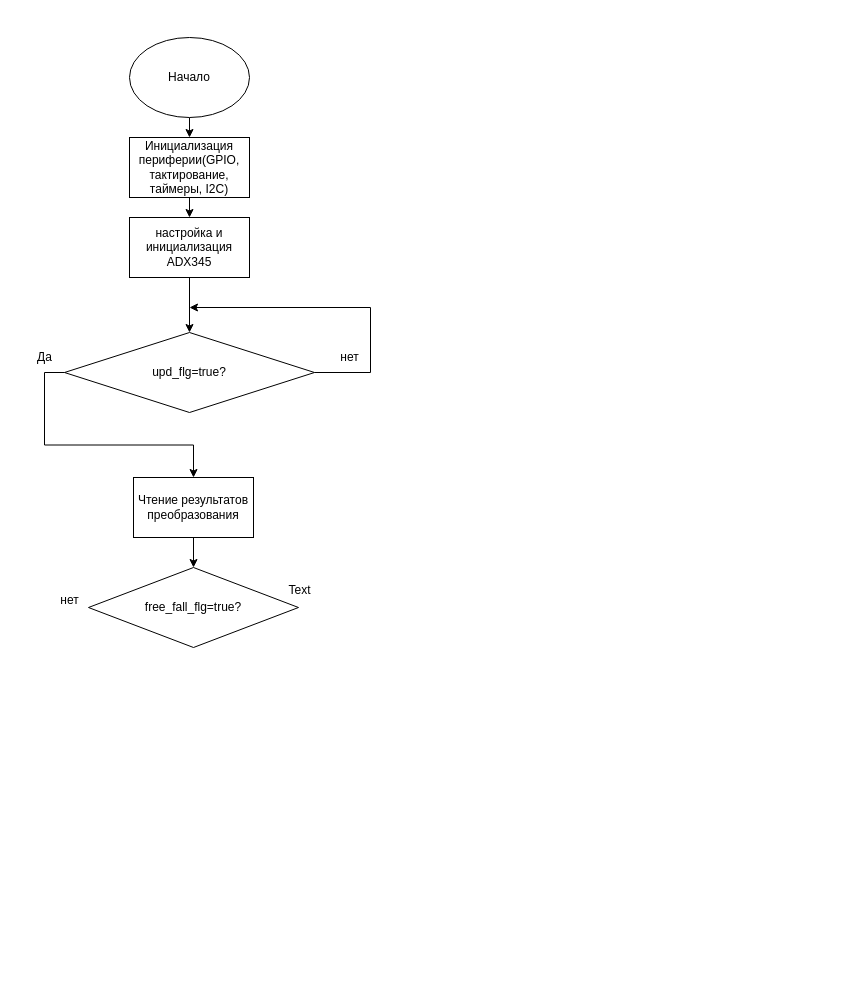
Earlier version of the draw.io diagram 11var(dg)/dangr.drawio (sogonov/kursachiki). Source tidied: cells renumbered, new cells numbered last; positions are measured from the earlier drawing's top-left corner, leaving out a move shared by most shapes. Both pictures are drawn from the tidied source at 100%, with x=0, y=0 at pixel (24, 37).
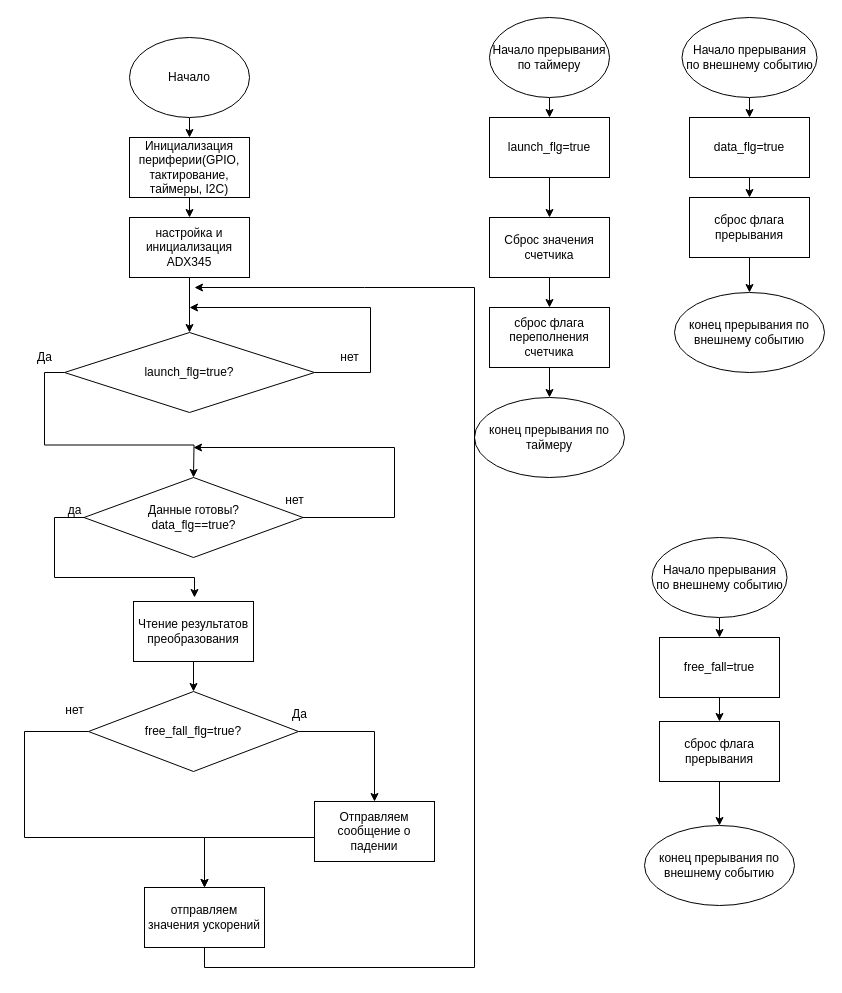
After the change.

The edit, as a diff of the source:
```diff
@@
-    <mxCell id="9" style="edgeStyle=orthogonalEdgeStyle;rounded=0;jettySize=auto;html=1;exitX=0;exitY=0.5;exitDx=0;exitDy=0;entryX=0.5;entryY=0;entryDx=0;entryDy=0;" parent="1" edge="1" source="10" target="14">
-      <mxGeometry relative="1" as="geometry" />
+    <mxCell id="9" style="edgeStyle=orthogonalEdgeStyle;rounded=0;jettySize=auto;html=1;exitX=0;exitY=0.5;exitDx=0;exitDy=0;entryX=0.5;entryY=0;entryDx=0;entryDy=0;" parent="1" edge="1" source="10">
+      <mxGeometry relative="1" as="geometry">
+        <mxPoint x="169" y="440" as="targetPoint" />
+      </mxGeometry>
     </mxCell>
-    <mxCell id="10" value="upd_flg=true?" style="rhombus;whiteSpace=wrap;html=1;" parent="1" vertex="1">
+    <mxCell id="10" value="launch_flg=true?" style="rhombus;whiteSpace=wrap;html=1;" parent="1" vertex="1">
       <mxGeometry x="40" y="295" width="250" height="80" as="geometry" />
     </mxCell>
@@
+    <mxCell id="18" style="edgeStyle=orthogonalEdgeStyle;rounded=0;jettySize=auto;html=1;exitX=0.5;exitY=1;exitDx=0;exitDy=0;entryX=0.5;entryY=0;entryDx=0;entryDy=0;" parent="1" edge="1" source="19" target="21">
+      <mxGeometry relative="1" as="geometry" />
+    </mxCell>
+    <mxCell id="19" value="Начало прерывания&lt;br&gt;по таймеру" style="ellipse;whiteSpace=wrap;html=1;" parent="1" vertex="1">
+      <mxGeometry x="465" y="-20" width="120" height="80" as="geometry" />
+    </mxCell>
+    <mxCell id="20" style="edgeStyle=orthogonalEdgeStyle;rounded=0;jettySize=auto;html=1;exitX=0.5;exitY=1;exitDx=0;exitDy=0;entryX=0.5;entryY=0;entryDx=0;entryDy=0;" parent="1" edge="1" source="21" target="23">
+      <mxGeometry relative="1" as="geometry" />
+    </mxCell>
+    <mxCell id="21" value="launch_flg=true" style="rounded=0;whiteSpace=wrap;html=1;" parent="1" vertex="1">
+      <mxGeometry x="465" y="80" width="120" height="60" as="geometry" />
+    </mxCell>
+    <mxCell id="22" style="edgeStyle=orthogonalEdgeStyle;rounded=0;jettySize=auto;html=1;" parent="1" edge="1" source="23" target="25">
+      <mxGeometry relative="1" as="geometry" />
+    </mxCell>
+    <mxCell id="23" value="Сброс значения счетчика" style="whiteSpace=wrap;html=1;rounded=0;" parent="1" vertex="1">
+      <mxGeometry x="465" y="180" width="120" height="60" as="geometry" />
+    </mxCell>
+    <mxCell id="24" style="edgeStyle=orthogonalEdgeStyle;rounded=0;jettySize=auto;html=1;" parent="1" edge="1" source="25" target="26">
+      <mxGeometry relative="1" as="geometry" />
+    </mxCell>
+    <mxCell id="25" value="сброс флага переполнения счетчика" style="whiteSpace=wrap;html=1;rounded=0;" parent="1" vertex="1">
+      <mxGeometry x="465" y="270" width="120" height="60" as="geometry" />
+    </mxCell>
+    <mxCell id="26" value="конец прерывания по таймеру" style="ellipse;whiteSpace=wrap;html=1;rounded=0;" parent="1" vertex="1">
+      <mxGeometry x="450" y="360" width="150" height="80" as="geometry" />
+    </mxCell>
+    <mxCell id="27" style="edgeStyle=orthogonalEdgeStyle;rounded=0;jettySize=auto;html=1;exitX=0.5;exitY=1;exitDx=0;exitDy=0;entryX=0.5;entryY=0;entryDx=0;entryDy=0;" parent="1" edge="1" source="28" target="30">
+      <mxGeometry relative="1" as="geometry" />
+    </mxCell>
+    <mxCell id="28" value="Начало прерывания&lt;br&gt;по внешнему событию" style="ellipse;whiteSpace=wrap;html=1;" parent="1" vertex="1">
+      <mxGeometry x="657.5" y="-20" width="135" height="80" as="geometry" />
+    </mxCell>
+    <mxCell id="29" style="edgeStyle=orthogonalEdgeStyle;rounded=0;jettySize=auto;html=1;exitX=0.5;exitY=1;exitDx=0;exitDy=0;entryX=0.5;entryY=0;entryDx=0;entryDy=0;" parent="1" edge="1" source="53" target="31">
+      <mxGeometry relative="1" as="geometry" />
+    </mxCell>
+    <mxCell id="30" value="data_flg=true" style="rounded=0;whiteSpace=wrap;html=1;" parent="1" vertex="1">
+      <mxGeometry x="665" y="80" width="120" height="60" as="geometry" />
+    </mxCell>
+    <mxCell id="31" value="конец прерывания по внешнему событию" style="ellipse;whiteSpace=wrap;html=1;rounded=0;" parent="1" vertex="1">
+      <mxGeometry x="650" y="255" width="150" height="80" as="geometry" />
+    </mxCell>
@@
     <mxCell id="14" value="Чтение результатов преобразования" style="whiteSpace=wrap;html=1;" parent="1" vertex="1">
-      <mxGeometry x="109" y="440" width="120" height="60" as="geometry" />
+      <mxGeometry x="109" y="564" width="120" height="60" as="geometry" />
     </mxCell>
+    <mxCell id="32" style="edgeStyle=orthogonalEdgeStyle;rounded=0;jettySize=auto;html=1;" parent="1" edge="1" source="15" target="37">
+      <mxGeometry relative="1" as="geometry" />
+    </mxCell>
+    <mxCell id="33" style="edgeStyle=orthogonalEdgeStyle;rounded=0;jettySize=auto;html=1;entryX=0.5;entryY=0;entryDx=0;entryDy=0;" parent="1" edge="1" source="15" target="44">
+      <mxGeometry relative="1" as="geometry">
+        <Array as="points">
+          <mxPoint y="694" />
+          <mxPoint y="800" />
+          <mxPoint x="180" y="800" />
+        </Array>
+      </mxGeometry>
+    </mxCell>
     <mxCell id="15" value="free_fall_flg=true?" style="rhombus;whiteSpace=wrap;html=1;" parent="1" vertex="1">
-      <mxGeometry x="64" y="530" width="210" height="80" as="geometry" />
+      <mxGeometry x="64" y="654" width="210" height="80" as="geometry" />
     </mxCell>
-    <mxCell id="16" value="нет" style="text;html=1;align=center;verticalAlign=middle;strokeColor=none;fillColor=none;" parent="1" vertex="1">
-      <mxGeometry x="25" y="548" width="40" height="30" as="geometry" />
-    </mxCell>
-    <mxCell id="17" value="Text" style="text;html=1;align=center;verticalAlign=middle;strokeColor=none;fillColor=none;" parent="1" vertex="1">
-      <mxGeometry x="250" y="538" width="50" height="30" as="geometry" />
-    </mxCell>
+    <mxCell id="34" value="нет" style="text;html=1;align=center;verticalAlign=middle;strokeColor=none;fillColor=none;" parent="1" vertex="1">
+      <mxGeometry x="30" y="658" width="40" height="30" as="geometry" />
+    </mxCell>
+    <mxCell id="35" value="Да" style="text;html=1;align=center;verticalAlign=middle;strokeColor=none;fillColor=none;" parent="1" vertex="1">
+      <mxGeometry x="255" y="662" width="40" height="30" as="geometry" />
+    </mxCell>
+    <mxCell id="36" style="edgeStyle=orthogonalEdgeStyle;rounded=0;jettySize=auto;html=1;" parent="1" edge="1" source="37" target="44">
+      <mxGeometry relative="1" as="geometry">
+        <Array as="points">
+          <mxPoint x="180" y="800" />
+        </Array>
+      </mxGeometry>
+    </mxCell>
+    <mxCell id="37" value="Отправляем сообщение о падении" style="whiteSpace=wrap;html=1;" parent="1" vertex="1">
+      <mxGeometry x="290" y="764" width="120" height="60" as="geometry" />
+    </mxCell>
+    <mxCell id="38" style="edgeStyle=orthogonalEdgeStyle;rounded=0;jettySize=auto;html=1;exitX=0;exitY=0.5;exitDx=0;exitDy=0;" parent="1" edge="1" source="40">
+      <mxGeometry relative="1" as="geometry">
+        <mxPoint x="170" y="560" as="targetPoint" />
+        <Array as="points">
+          <mxPoint x="30" y="480" />
+          <mxPoint x="30" y="540" />
+          <mxPoint x="170" y="540" />
+        </Array>
+      </mxGeometry>
+    </mxCell>
+    <mxCell id="39" style="edgeStyle=orthogonalEdgeStyle;rounded=0;jettySize=auto;html=1;" parent="1" edge="1" source="40">
+      <mxGeometry relative="1" as="geometry">
+        <mxPoint x="169" y="410" as="targetPoint" />
+        <Array as="points">
+          <mxPoint x="370" y="480" />
+          <mxPoint x="370" y="410" />
+        </Array>
+      </mxGeometry>
+    </mxCell>
+    <mxCell id="40" value="Данные готовы?&lt;br style=&quot;border-color: var(--border-color);&quot;&gt;data_flg==true?" style="rhombus;whiteSpace=wrap;html=1;" parent="1" vertex="1">
+      <mxGeometry x="59.5" y="440" width="219" height="80" as="geometry" />
+    </mxCell>
+    <mxCell id="41" value="да" style="text;html=1;align=center;verticalAlign=middle;strokeColor=none;fillColor=none;" parent="1" vertex="1">
+      <mxGeometry x="30" y="458" width="40" height="30" as="geometry" />
+    </mxCell>
+    <mxCell id="42" value="нет" style="text;html=1;align=center;verticalAlign=middle;strokeColor=none;fillColor=none;" parent="1" vertex="1">
+      <mxGeometry x="250" y="448" width="40" height="30" as="geometry" />
+    </mxCell>
+    <mxCell id="43" style="edgeStyle=orthogonalEdgeStyle;rounded=0;jettySize=auto;html=1;exitX=0.5;exitY=1;exitDx=0;exitDy=0;" parent="1" edge="1" source="44">
+      <mxGeometry relative="1" as="geometry">
+        <mxPoint x="170" y="250" as="targetPoint" />
+        <Array as="points">
+          <mxPoint x="180" y="930" />
+          <mxPoint x="450" y="930" />
+          <mxPoint x="450" y="250" />
+          <mxPoint x="340" y="250" />
+        </Array>
+      </mxGeometry>
+    </mxCell>
+    <mxCell id="44" value="отправляем значения ускорений" style="whiteSpace=wrap;html=1;" parent="1" vertex="1">
+      <mxGeometry x="120" y="850" width="120" height="60" as="geometry" />
+    </mxCell>
+    <mxCell id="45" style="edgeStyle=orthogonalEdgeStyle;rounded=0;jettySize=auto;html=1;exitX=0.5;exitY=1;exitDx=0;exitDy=0;entryX=0.5;entryY=0;entryDx=0;entryDy=0;" parent="1" edge="1" source="46" target="48">
+      <mxGeometry relative="1" as="geometry" />
+    </mxCell>
+    <mxCell id="46" value="Начало прерывания&lt;br&gt;по внешнему событию" style="ellipse;whiteSpace=wrap;html=1;" parent="1" vertex="1">
+      <mxGeometry x="627.5" y="500" width="135" height="80" as="geometry" />
+    </mxCell>
+    <mxCell id="47" style="edgeStyle=orthogonalEdgeStyle;rounded=0;jettySize=auto;html=1;exitX=0.5;exitY=1;exitDx=0;exitDy=0;entryX=0.5;entryY=0;entryDx=0;entryDy=0;" parent="1" edge="1" source="51" target="49">
+      <mxGeometry relative="1" as="geometry" />
+    </mxCell>
+    <mxCell id="48" value="free_fall=true" style="rounded=0;whiteSpace=wrap;html=1;" parent="1" vertex="1">
+      <mxGeometry x="635" y="600" width="120" height="60" as="geometry" />
+    </mxCell>
+    <mxCell id="49" value="конец прерывания по внешнему событию" style="ellipse;whiteSpace=wrap;html=1;rounded=0;" parent="1" vertex="1">
+      <mxGeometry x="620" y="788" width="150" height="80" as="geometry" />
+    </mxCell>
+    <mxCell id="50" style="edgeStyle=orthogonalEdgeStyle;rounded=0;jettySize=auto;html=1;exitX=0.5;exitY=1;exitDx=0;exitDy=0;entryX=0.5;entryY=0;entryDx=0;entryDy=0;" parent="1" edge="1" source="48" target="51">
+      <mxGeometry relative="1" as="geometry" />
+    </mxCell>
+    <mxCell id="51" value="сброс флага прерывания" style="rounded=0;whiteSpace=wrap;html=1;" parent="1" vertex="1">
+      <mxGeometry x="635" y="684" width="120" height="60" as="geometry" />
+    </mxCell>
+    <mxCell id="52" style="edgeStyle=orthogonalEdgeStyle;rounded=0;jettySize=auto;html=1;exitX=0.5;exitY=1;exitDx=0;exitDy=0;entryX=0.5;entryY=0;entryDx=0;entryDy=0;" parent="1" edge="1" source="30" target="53">
+      <mxGeometry relative="1" as="geometry" />
+    </mxCell>
+    <mxCell id="53" value="сброс флага прерывания" style="rounded=0;whiteSpace=wrap;html=1;" parent="1" vertex="1">
+      <mxGeometry x="665" y="160" width="120" height="60" as="geometry" />
+    </mxCell>
```
